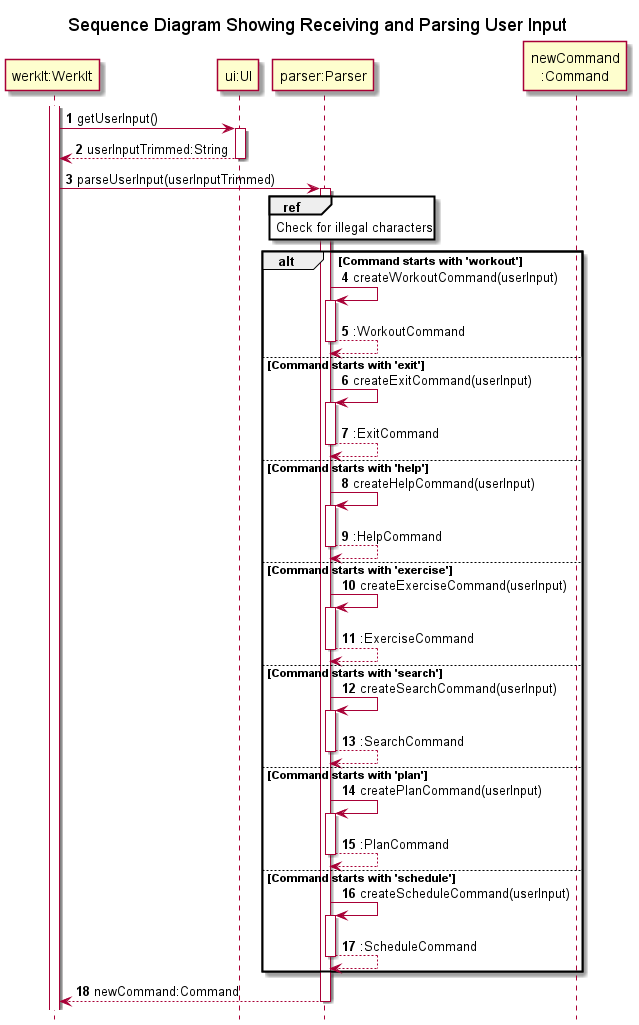
Above: docs/uml/sequenceDiagrams/miscellaneous/images/obtainAndParseUserInput.png in nus-cs2113-AY2122S2/tp (PlantUML), before the change.
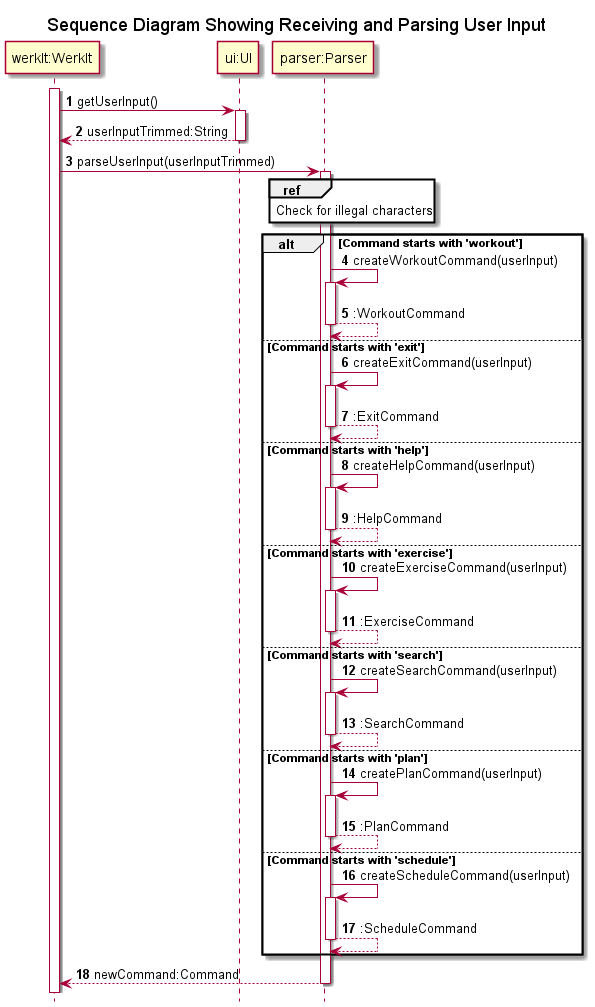
Above is the later version.

Commit message:
obtainAndParseUserInput.puml: Remove unused entity

The edit, as a diff of the source:
```diff
@@ -9,7 +9,6 @@
 participant "werkIt:WerkIt" AS WerkIt
 participant "ui:UI" AS UI
 participant "parser:Parser" AS Parser
-participant "newCommand\n:Command" AS newCommand
 
 activate WerkIt
 WerkIt -> UI : getUserInput()
```
